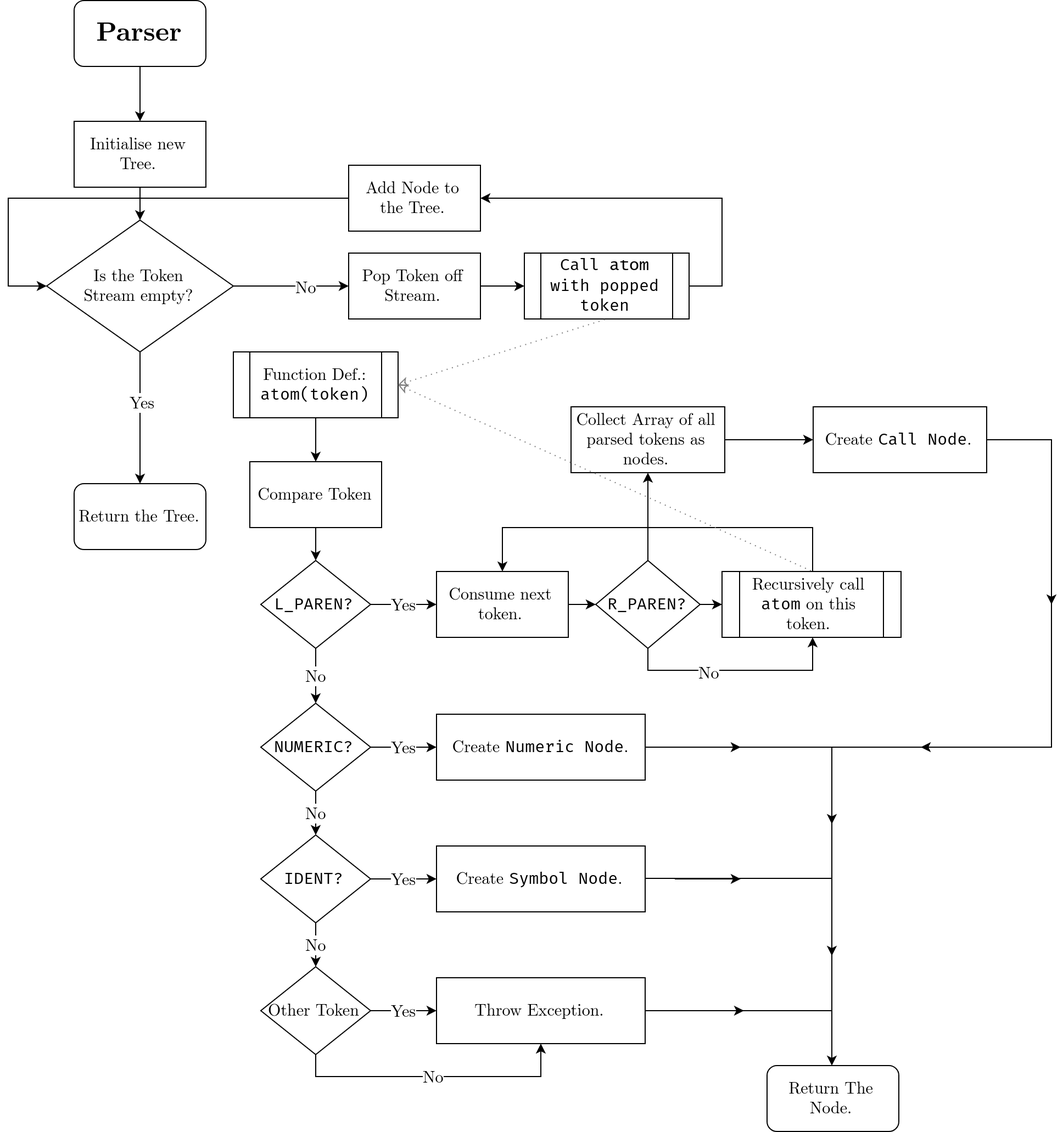
The draw.io diagram docs/parser-flow.png in Demonstrandum/lispy, before a commit. Source tidied: cells renumbered, new cells last; positions are measured from the earlier drawing's top-left corner, leaving out a move shared by most shapes.
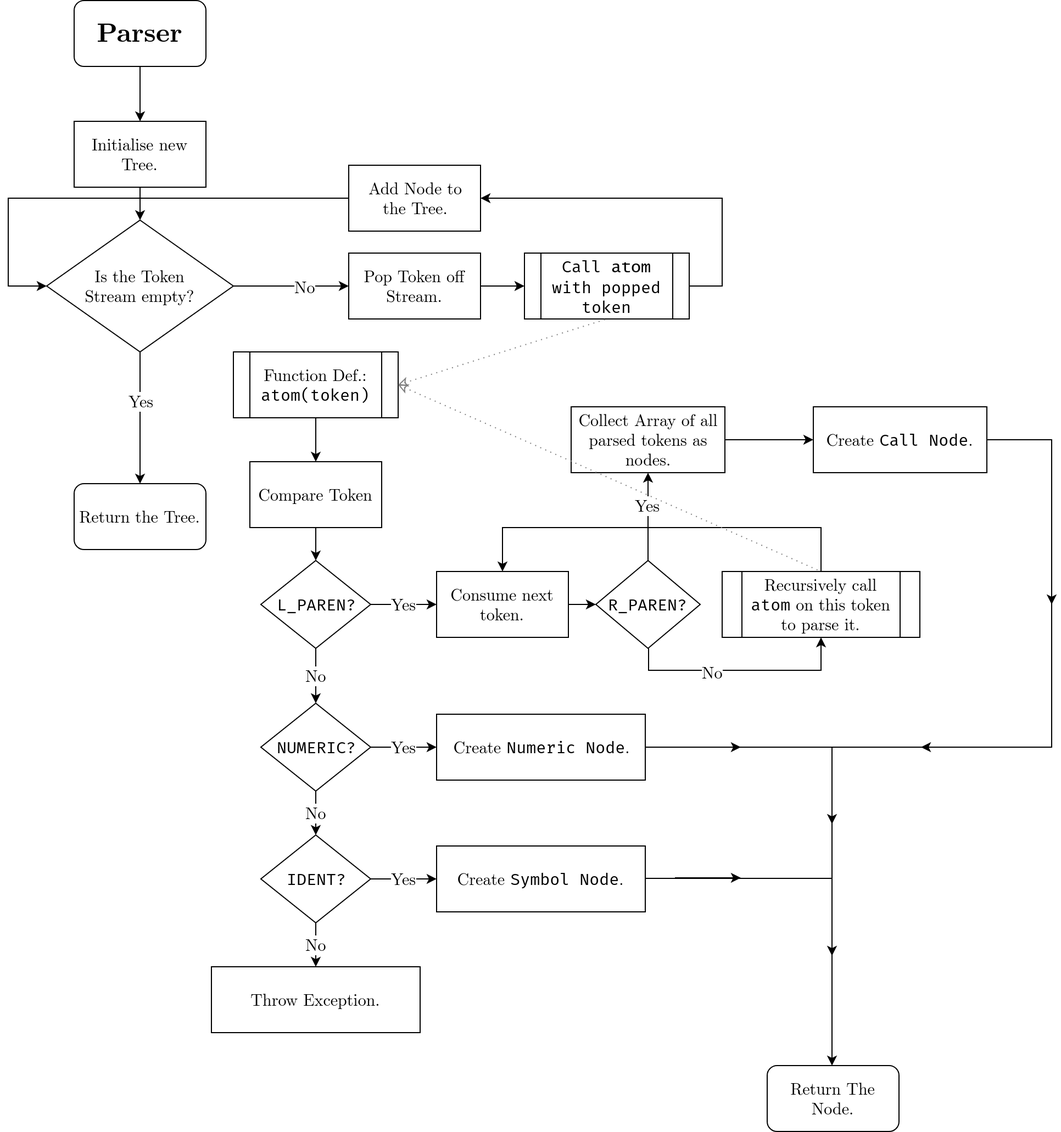
Later version of the same file.

Commit message:
Fixed parse flowchart.

What changed in the source:
```diff
@@ -99,42 +99,27 @@
     <mxCell id="26" value="Yes" style="edgeStyle=orthogonalEdgeStyle;rounded=0;jettySize=auto;html=1;entryX=0;entryY=0.5;entryDx=0;entryDy=0;fontFamily=CMU;fontSize=15;" parent="1" edge="1" source="28" target="46">
       <mxGeometry relative="1" as="geometry" />
     </mxCell>
-    <mxCell id="27" value="No" style="edgeStyle=orthogonalEdgeStyle;rounded=0;jettySize=auto;html=1;fontFamily=CMU;fontSize=15;" parent="1" edge="1" source="28" target="31">
-      <mxGeometry relative="1" as="geometry" />
+    <mxCell id="27" value="No" style="edgeStyle=orthogonalEdgeStyle;rounded=0;jettySize=auto;html=1;fontFamily=CMU;fontSize=15;" parent="1" edge="1" source="28">
+      <mxGeometry relative="1" as="geometry">
+        <mxPoint x="280" y="880" as="targetPoint" />
+      </mxGeometry>
     </mxCell>
     <mxCell id="28" value="IDENT?" style="rhombus;whiteSpace=wrap;html=1;fontFamily=Fira Code;fontSize=15;" parent="1" vertex="1">
       <mxGeometry x="230" y="760" width="100" height="80" as="geometry" />
     </mxCell>
-    <mxCell id="29" value="Yes" style="edgeStyle=orthogonalEdgeStyle;rounded=0;jettySize=auto;html=1;fontFamily=CMU;fontSize=15;entryX=0;entryY=0.5;entryDx=0;entryDy=0;" parent="1" edge="1" source="31" target="47">
-      <mxGeometry relative="1" as="geometry" />
-    </mxCell>
-    <mxCell id="30" value="No" style="edgeStyle=orthogonalEdgeStyle;rounded=0;jettySize=auto;html=1;fontFamily=CMU;fontSize=15;entryX=0.5;entryY=1;entryDx=0;entryDy=0;" parent="1" edge="1" source="31" target="47">
-      <mxGeometry relative="1" as="geometry">
-        <Array as="points">
-          <mxPoint x="280" y="980" />
-          <mxPoint x="485" y="980" />
-        </Array>
-      </mxGeometry>
-    </mxCell>
-    <mxCell id="31" value="&lt;font face=&quot;CMU&quot;&gt;Other Token&lt;/font&gt;" style="rhombus;whiteSpace=wrap;html=1;fontFamily=Fira Code;fontSize=15;" parent="1" vertex="1">
-      <mxGeometry x="230" y="880" width="100" height="80" as="geometry" />
-    </mxCell>
-    <mxCell id="32" style="edgeStyle=orthogonalEdgeStyle;rounded=0;jettySize=auto;html=1;entryX=0;entryY=0.5;entryDx=0;entryDy=0;fontFamily=Fira Code;fontSize=15;" parent="1" edge="1" source="39" target="35">
-      <mxGeometry relative="1" as="geometry" />
-    </mxCell>
     <mxCell id="33" value="&lt;font face=&quot;CMU&quot;&gt;Consume next token.&lt;/font&gt;" style="rounded=0;whiteSpace=wrap;html=1;fontFamily=Fira Code;fontSize=15;" parent="1" vertex="1">
       <mxGeometry x="390" y="520" width="120" height="60" as="geometry" />
     </mxCell>
     <mxCell id="34" style="edgeStyle=orthogonalEdgeStyle;rounded=0;jettySize=auto;html=1;fontFamily=Fira Code;fontSize=15;entryX=0.5;entryY=0;entryDx=0;entryDy=0;" parent="1" edge="1" source="35" target="33">
       <mxGeometry relative="1" as="geometry">
         <Array as="points">
-          <mxPoint x="732" y="480" />
+          <mxPoint x="740" y="480" />
           <mxPoint x="450" y="480" />
         </Array>
       </mxGeometry>
     </mxCell>
-    <mxCell id="35" value="&lt;font face=&quot;CMU&quot;&gt;Recursively call &lt;/font&gt;atom&lt;font face=&quot;CMU&quot;&gt; on this token.&lt;/font&gt;" style="shape=process;whiteSpace=wrap;html=1;backgroundOutline=1;fontFamily=Fira Code;fontSize=15;" parent="1" vertex="1">
-      <mxGeometry x="650" y="520" width="163" height="60" as="geometry" />
+    <mxCell id="35" value="&lt;font face=&quot;CMU&quot;&gt;Recursively call &lt;/font&gt;atom&lt;font face=&quot;CMU&quot;&gt; on this token to parse it.&lt;/font&gt;" style="shape=process;whiteSpace=wrap;html=1;backgroundOutline=1;fontFamily=Fira Code;fontSize=15;" parent="1" vertex="1">
+      <mxGeometry x="650" y="520" width="180" height="60" as="geometry" />
     </mxCell>
     <mxCell id="36" style="edgeStyle=orthogonalEdgeStyle;rounded=0;jettySize=auto;html=1;exitX=0.5;exitY=1;exitDx=0;exitDy=0;fontFamily=Fira Code;fontSize=15;entryX=0.5;entryY=1;entryDx=0;entryDy=0;" parent="1" edge="1" source="39" target="35">
       <mxGeometry relative="1" as="geometry" />
@@ -142,8 +127,8 @@
     <mxCell id="37" value="&lt;font face=&quot;CMU&quot;&gt;No&lt;/font&gt;" style="text;html=1;align=center;verticalAlign=middle;labelBackgroundColor=#ffffff;fontSize=15;fontFamily=Fira Code;" parent="36" vertex="1">
       <mxGeometry x="-0.25" y="-1" relative="1" as="geometry" />
     </mxCell>
-    <mxCell id="38" style="edgeStyle=orthogonalEdgeStyle;rounded=0;jettySize=auto;html=1;fontFamily=Fira Code;fontSize=15;" parent="1" edge="1" source="39">
-      <mxGeometry relative="1" as="geometry">
+    <mxCell id="38" value="Yes" style="edgeStyle=orthogonalEdgeStyle;rounded=0;jettySize=auto;html=1;fontFamily=CMU;fontSize=15;" parent="1" edge="1" source="39">
+      <mxGeometry x="0.25" relative="1" as="geometry">
         <mxPoint x="582.5" y="430" as="targetPoint" />
       </mxGeometry>
     </mxCell>
@@ -179,7 +164,7 @@
       <mxGeometry x="390" y="770" width="190" height="60" as="geometry" />
     </mxCell>
     <mxCell id="47" value="&lt;font face=&quot;CMU&quot;&gt;Throw Exception.&lt;/font&gt;&lt;br&gt;" style="rounded=0;whiteSpace=wrap;html=1;fontFamily=Fira Code;fontSize=15;" parent="1" vertex="1">
-      <mxGeometry x="390" y="890" width="190" height="60" as="geometry" />
+      <mxGeometry x="185" y="880" width="190" height="60" as="geometry" />
     </mxCell>
     <mxCell id="48" style="endArrow=classic;html=1;fontFamily=CMU;fontSize=15;" parent="1" edge="1">
       <mxGeometry relative="1" as="geometry">
@@ -198,28 +183,16 @@
         <mxPoint x="750" y="799.5" as="targetPoint" />
       </mxGeometry>
     </mxCell>
-    <mxCell id="51" style="endArrow=none;html=1;fontFamily=CMU;fontSize=15;exitX=1;exitY=0.5;exitDx=0;exitDy=0;" parent="1" edge="1">
-      <mxGeometry relative="1" as="geometry">
-        <mxPoint x="580" y="920" as="sourcePoint" />
-        <mxPoint x="750" y="920" as="targetPoint" />
-      </mxGeometry>
-    </mxCell>
     <mxCell id="52" style="endArrow=classic;html=1;fontFamily=CMU;fontSize=15;" parent="1" edge="1">
       <mxGeometry relative="1" as="geometry">
         <mxPoint x="950" y="400" as="sourcePoint" />
         <mxPoint x="950" y="550" as="targetPoint" />
       </mxGeometry>
     </mxCell>
-    <mxCell id="53" style="endArrow=classic;html=1;fontFamily=CMU;fontSize=15;" parent="1" edge="1">
-      <mxGeometry relative="1" as="geometry">
-        <mxPoint x="610" y="920" as="sourcePoint" />
-        <mxPoint x="670" y="920" as="targetPoint" />
-      </mxGeometry>
-    </mxCell>
     <mxCell id="54" style="endArrow=classic;html=1;fontFamily=CMU;fontSize=15;" parent="1" edge="1">
       <mxGeometry relative="1" as="geometry">
-        <mxPoint x="607" y="800" as="sourcePoint" />
-        <mxPoint x="667" y="800" as="targetPoint" />
+        <mxPoint x="607" y="799" as="sourcePoint" />
+        <mxPoint x="667" y="799" as="targetPoint" />
       </mxGeometry>
     </mxCell>
     <mxCell id="55" style="endArrow=classic;html=1;fontFamily=CMU;fontSize=15;" parent="1" edge="1">
```
